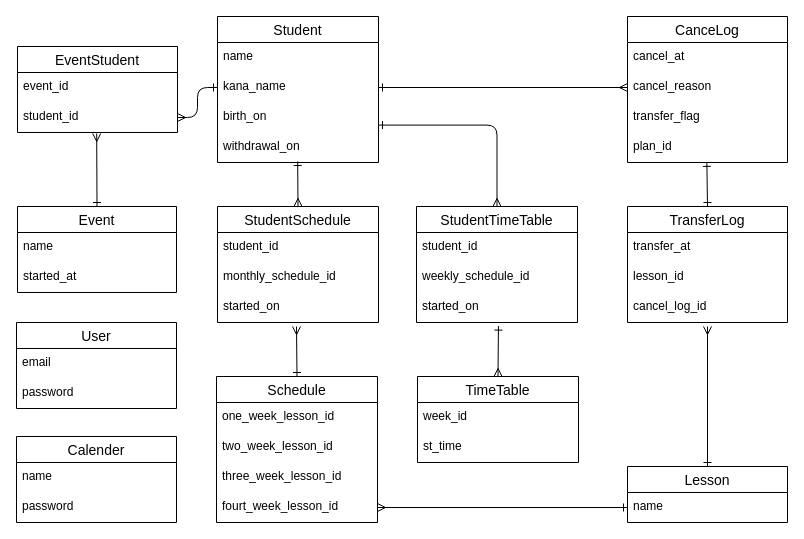
Before: ER.dio in minidebu/classboard2, a draw.io diagram. Source tidied: cells renumbered, new cells numbered last; positions are measured from the earlier drawing's top-left corner, leaving out a move shared by most shapes. Both pictures are drawn from the tidied source at 100%, with x=0, y=0 at pixel (16, 16).
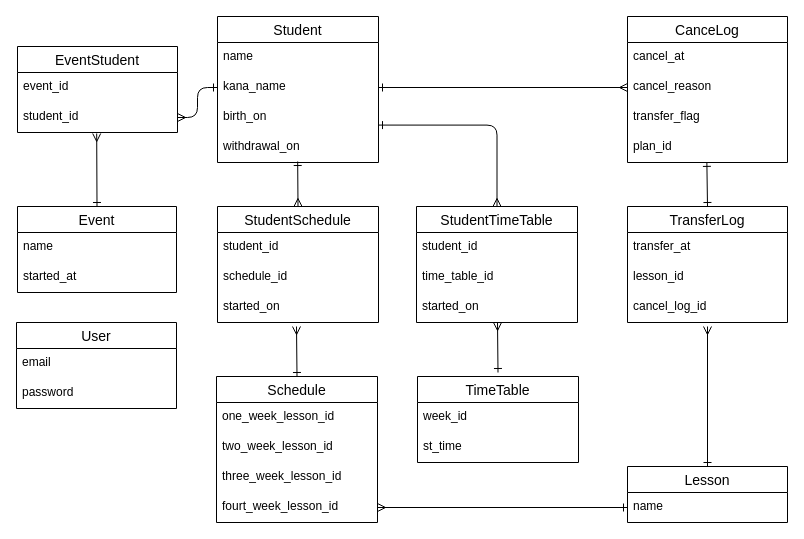
After the change.

Unchanged cells that the change refers to:
```xml
<mxCell id="38" value="TimeTable" style="swimlane;fontStyle=0;horizontal=1;startSize=26;align=center;fontSize=14;" parent="1" vertex="1">
  <mxGeometry x="401" y="360" width="161" height="86" as="geometry" />
</mxCell>
<mxCell id="41" value="StudentSchedule" style="swimlane;fontStyle=0;horizontal=1;startSize=26;align=center;fontSize=14;" parent="1" vertex="1">
  <mxGeometry x="201" y="190" width="161" height="116" as="geometry" />
</mxCell>
<mxCell id="45" value="StudentTimeTable" style="swimlane;fontStyle=0;horizontal=1;startSize=26;align=center;fontSize=14;" parent="1" vertex="1">
  <mxGeometry x="400" y="190" width="161" height="116" as="geometry" />
</mxCell>
<mxCell id="48" value="started_on" style="text;strokeColor=none;fillColor=none;spacingLeft=4;spacingRight=4;overflow=hidden;points=[[0,0.5],[1,0.5]];portConstraint=eastwest;fontSize=12;" parent="45" vertex="1">
  <mxGeometry y="86" width="161" height="30" as="geometry" />
</mxCell>
```

What changed in the source:
```diff
@@
-    <mxCell id="43" value="monthly_schedule_id" style="text;strokeColor=none;fillColor=none;spacingLeft=4;spacingRight=4;overflow=hidden;fontSize=12;" parent="41" vertex="1">
+    <mxCell id="43" value="schedule_id" style="text;strokeColor=none;fillColor=none;spacingLeft=4;spacingRight=4;overflow=hidden;fontSize=12;" parent="41" vertex="1">
       <mxGeometry y="56" width="161" height="30" as="geometry" />
     </mxCell>
@@
-    <mxCell id="47" value="weekly_schedule_id" style="text;strokeColor=none;fillColor=none;spacingLeft=4;spacingRight=4;overflow=hidden;fontSize=12;" parent="45" vertex="1">
+    <mxCell id="47" value="time_table_id" style="text;strokeColor=none;fillColor=none;spacingLeft=4;spacingRight=4;overflow=hidden;fontSize=12;" parent="45" vertex="1">
       <mxGeometry y="56" width="161" height="30" as="geometry" />
     </mxCell>
@@
-    <mxCell id="51" style="edgeStyle=none;html=1;startArrow=ERmany;startFill=0;endArrow=ERone;endFill=0;exitX=0.5;exitY=0;exitDx=0;exitDy=0;entryX=0.509;entryY=1.12;entryDx=0;entryDy=0;entryPerimeter=0;" parent="1" edge="1" source="38" target="48">
-      <mxGeometry relative="1" as="geometry" />
-    </mxCell>
@@
-    <mxCell id="53" value="Calender" style="swimlane;fontStyle=0;horizontal=1;startSize=26;align=center;fontSize=14;" parent="1" vertex="1">
-      <mxGeometry y="420" width="160" height="86" as="geometry" />
-    </mxCell>
-    <mxCell id="54" value="name" style="text;strokeColor=none;fillColor=none;spacingLeft=4;spacingRight=4;overflow=hidden;fontSize=12;" parent="53" vertex="1">
-      <mxGeometry y="26" width="160" height="30" as="geometry" />
-    </mxCell>
-    <mxCell id="55" value="password" style="text;strokeColor=none;fillColor=none;spacingLeft=4;spacingRight=4;overflow=hidden;fontSize=12;" parent="53" vertex="1">
-      <mxGeometry y="56" width="160" height="30" as="geometry" />
+    <mxCell id="55" style="edgeStyle=none;html=1;startArrow=ERmany;startFill=0;endArrow=ERone;endFill=0;entryX=0.5;entryY=0;entryDx=0;entryDy=0;" parent="1" edge="1">
+      <mxGeometry relative="1" as="geometry">
+        <mxPoint x="481" y="306" as="sourcePoint" />
+        <mxPoint x="481.5" y="356" as="targetPoint" />
+      </mxGeometry>
     </mxCell>
```
